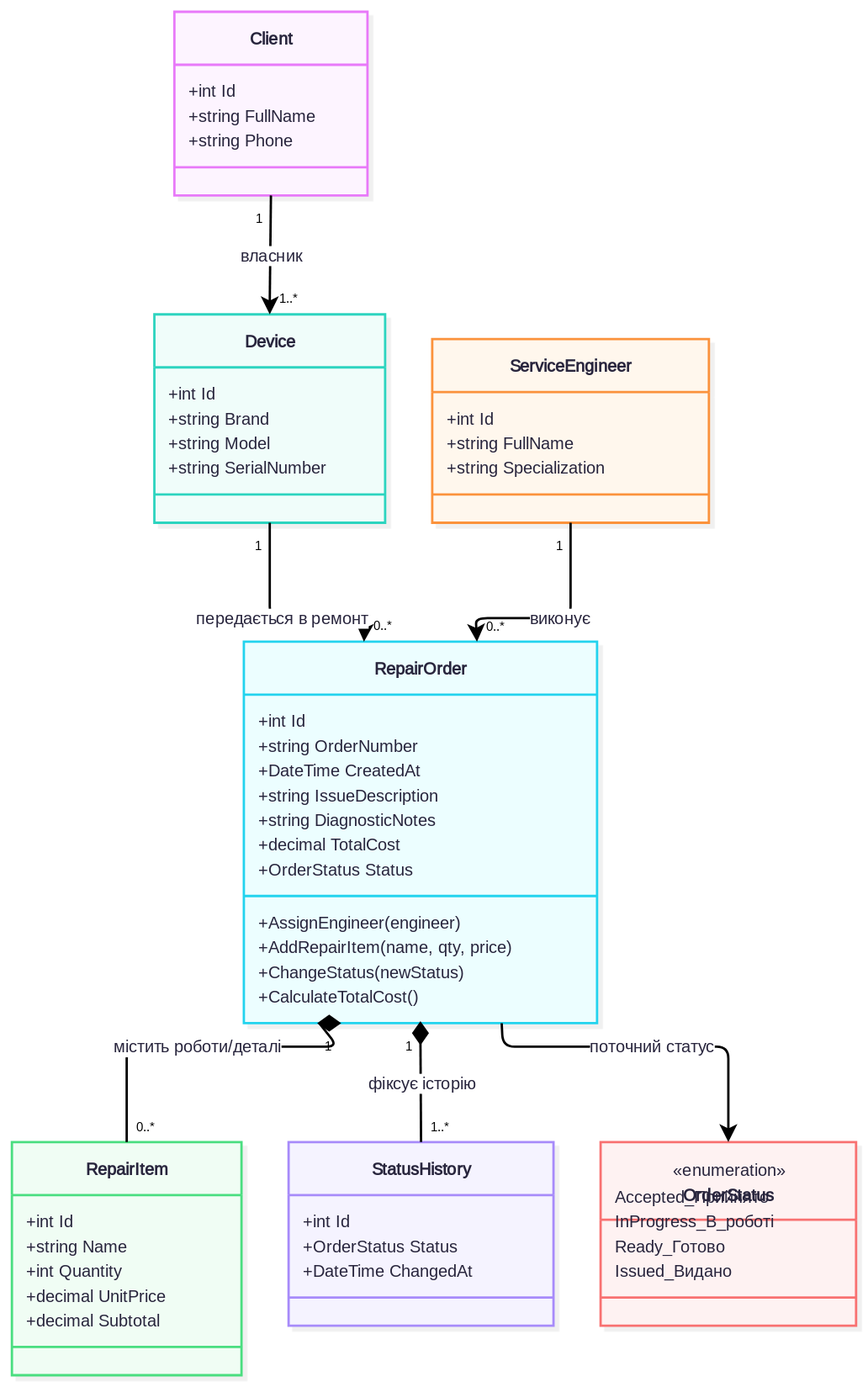
Before: docs/images/class-diagram.svg, a diagram exported from draw.io (ferumshtern/service-center-accounting). Source tidied: cells renumbered, new cells last; positions are measured from the earlier drawing's top-left corner, leaving out a move shared by most shapes.
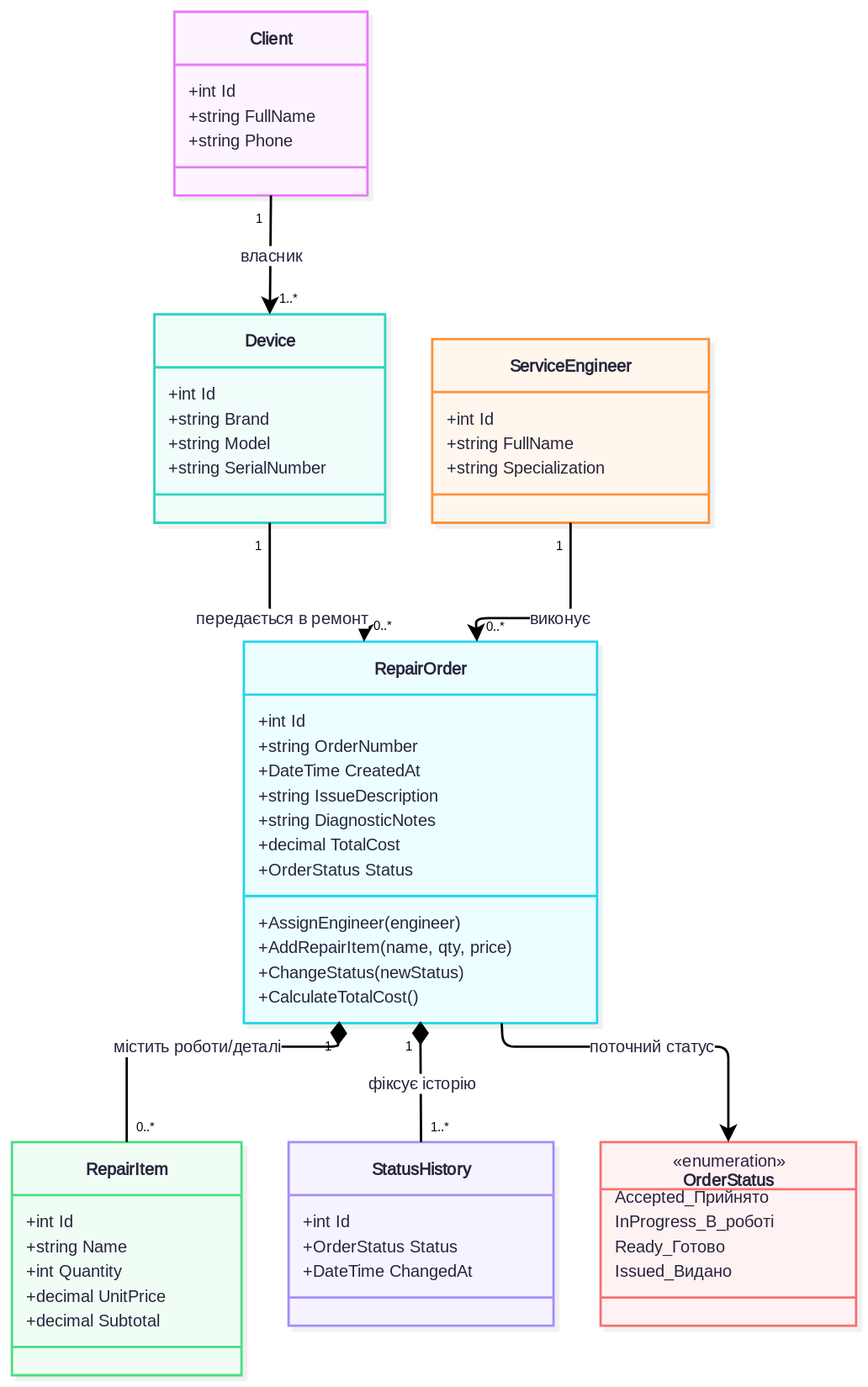
Above is the later version.

Commit message:
fix: adjust OrderStatus box size in class diagram

The edit, as a diff of the source:
```diff
@@ -128,10 +128,10 @@
     <mxCell id="43" style="line;strokeWidth=2;fillColor=none;spacingLeft=3;spacingRight=3;strokeColor=inherit;" parent="39" vertex="1">
       <mxGeometry y="120" width="225" height="24" as="geometry" />
     </mxCell>
-    <mxCell id="44" value="&lt;b&gt;OrderStatus&lt;/b&gt;" style="swimlane;html=1;fontStyle=1;fontSize=14;align=center;verticalAlign=middle;horizontal=1;startSize=66;swimlaneFillColor=#FEF2F2;whiteSpace=wrap;spacingTop=24;fillColor=#FEF2F2;strokeColor=#F87171;fontColor=#28253D;fontFamily=Recursive;strokeWidth=2;shadow=1;shadowColor=#000000;shadowOffsetX=4;shadowOffsetY=4;shadowBlur=0;shadowOpacity=6;fontSource=https%3A%2F%2Ffonts.googleapis.com%2Fcss%3Ffamily%3DRecursive;" parent="2" vertex="1">
+    <mxCell id="44" value="&lt;b&gt;OrderStatus&lt;/b&gt;" style="swimlane;html=1;fontStyle=1;fontSize=14;align=center;verticalAlign=middle;horizontal=1;startSize=40;swimlaneFillColor=#FEF2F2;whiteSpace=wrap;spacingTop=24;fillColor=#FEF2F2;strokeColor=#F87171;fontColor=#28253D;fontFamily=Recursive;strokeWidth=2;shadow=1;shadowColor=#000000;shadowOffsetX=4;shadowOffsetY=4;shadowBlur=0;shadowOpacity=6;fontSource=https%3A%2F%2Ffonts.googleapis.com%2Fcss%3Ffamily%3DRecursive;" parent="2" vertex="1">
       <mxGeometry x="530" y="990" width="217" height="156" as="geometry" />
     </mxCell>
-    <mxCell id="45" value="«enumeration»" style="text;html=1;strokeColor=none;fillColor=none;align=center;verticalAlign=middle;fontSize=14;fontFamily=Recursive;fontColor=#28253D;fontSource=https%3A%2F%2Ffonts.googleapis.com%2Fcss%3Ffamily%3DRecursive;" parent="44" vertex="1">
+    <mxCell id="45" value="&lt;div&gt;«enumeration»&lt;/div&gt;&lt;div&gt;&lt;br&gt;&lt;/div&gt;" style="text;html=1;strokeColor=none;fillColor=none;align=center;verticalAlign=middle;fontSize=14;fontFamily=Recursive;fontColor=#28253D;fontSource=https%3A%2F%2Ffonts.googleapis.com%2Fcss%3Ffamily%3DRecursive;" parent="44" vertex="1">
       <mxGeometry y="12" width="217" height="24" as="geometry" />
     </mxCell>
     <mxCell id="46" value="Accepted_Прийнято" style="text;fontSize=14;strokeColor=none;fillColor=none;align=left;verticalAlign=middle;spacingLeft=10;spacingRight=12;spacingBottom=2;overflow=hidden;fontFamily=Recursive;fontColor=#28253D;fontSource=https%3A%2F%2Ffonts.googleapis.com%2Fcss%3Ffamily%3DRecursive;" parent="44" vertex="1">
```
